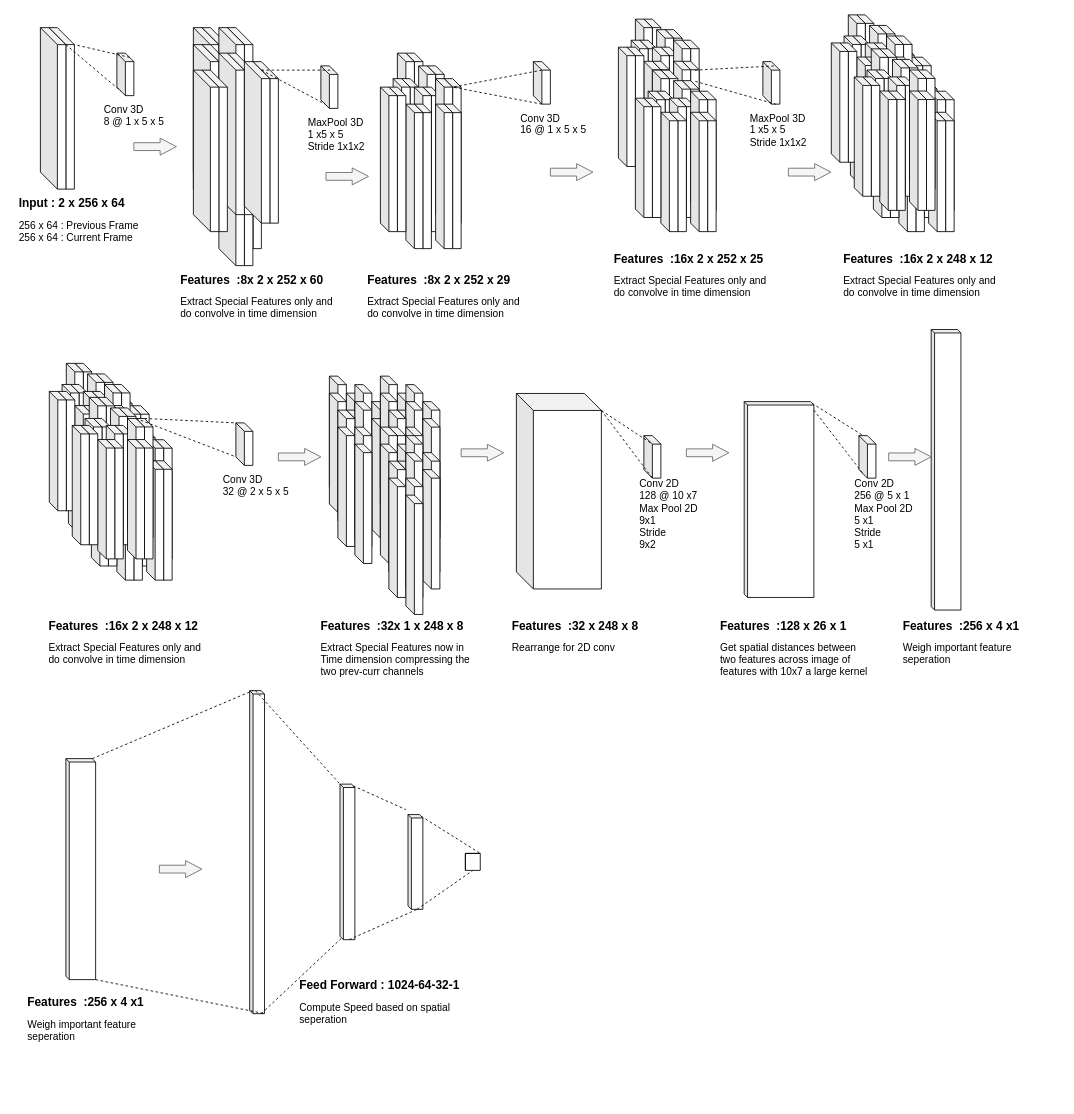
Before: SpeedNet.drawio in the-ray-kar/SpeedNet, a draw.io diagram. Source tidied: cells renumbered, new cells numbered last; positions are measured from the earlier drawing's top-left corner, leaving out a move shared by most shapes. Both pictures are drawn from the tidied source at 85%, with x=0, y=0 at pixel (14, 14).
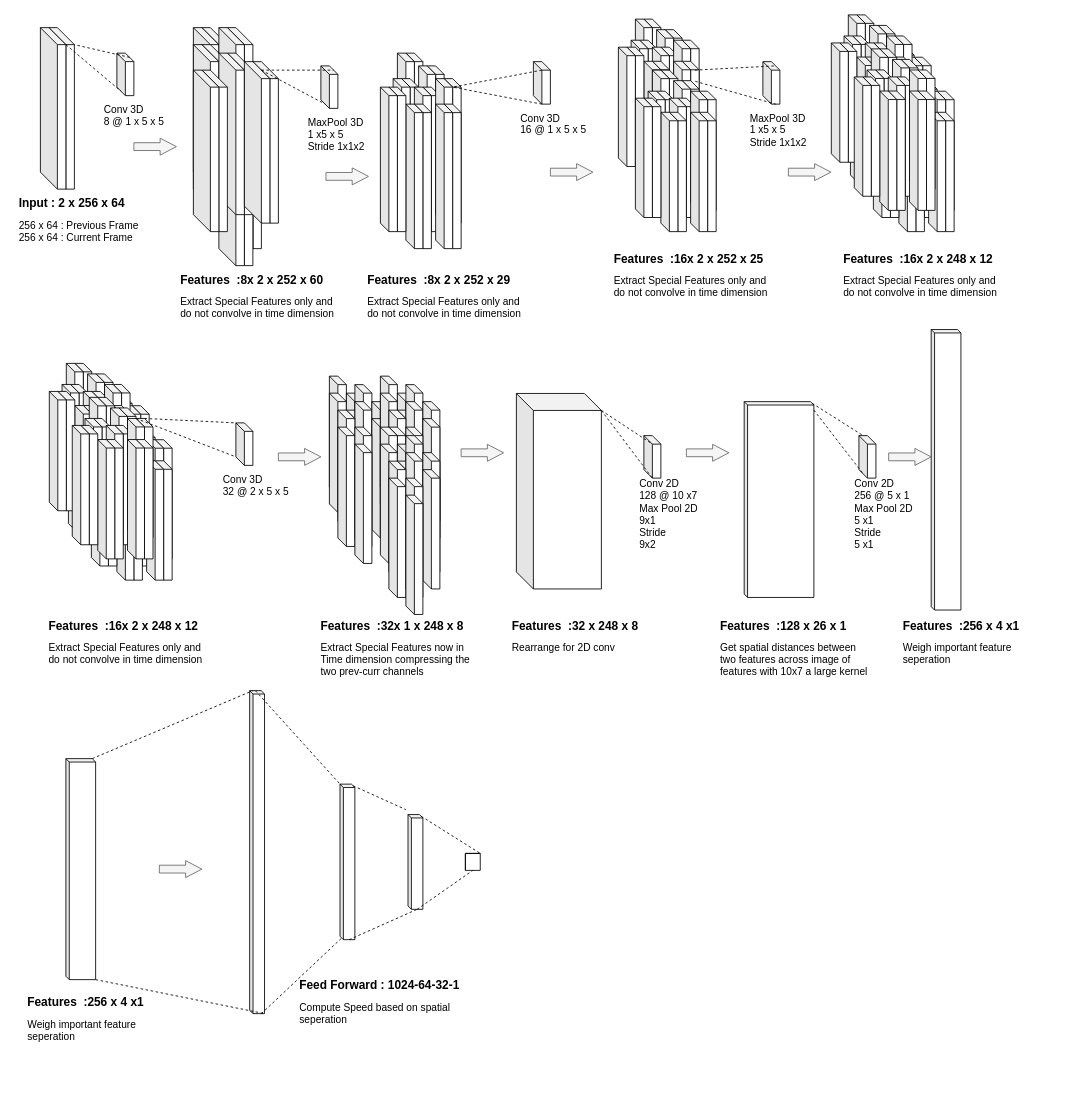
The same page after the edit.

The edit, as a diff of the source:
```diff
@@
-    <mxCell id="13" value="&lt;h1 style=&quot;font-size: 14px;&quot;&gt;&lt;font style=&quot;font-size: 14px;&quot;&gt;Features&amp;nbsp; :8x 2 x 252 x 60&lt;br&gt;&lt;/font&gt;&lt;/h1&gt;Extract Special Features only and do convolve in time dimension" style="text;html=1;strokeColor=none;fillColor=none;spacing=5;spacingTop=-20;whiteSpace=wrap;overflow=hidden;rounded=0;" parent="1" vertex="1">
+    <mxCell id="13" value="&lt;h1 style=&quot;font-size: 14px;&quot;&gt;&lt;font style=&quot;font-size: 14px;&quot;&gt;Features&amp;nbsp; :8x 2 x 252 x 60&lt;br&gt;&lt;/font&gt;&lt;/h1&gt;Extract Special Features only and do not convolve in time dimension" style="text;html=1;strokeColor=none;fillColor=none;spacing=5;spacingTop=-20;whiteSpace=wrap;overflow=hidden;rounded=0;" parent="1" vertex="1">
       <mxGeometry x="190" y="305" width="190" height="120" as="geometry" />
     </mxCell>
@@
-    <mxCell id="35" value="&lt;h1 style=&quot;font-size: 14px;&quot;&gt;&lt;font style=&quot;font-size: 14px;&quot;&gt;Features&amp;nbsp; :8x 2 x 252 x 29&lt;br&gt;&lt;/font&gt;&lt;/h1&gt;Extract Special Features only and do convolve in time dimension" style="text;html=1;strokeColor=none;fillColor=none;spacing=5;spacingTop=-20;whiteSpace=wrap;overflow=hidden;rounded=0;" parent="1" vertex="1">
+    <mxCell id="35" value="&lt;h1 style=&quot;font-size: 14px;&quot;&gt;&lt;font style=&quot;font-size: 14px;&quot;&gt;Features&amp;nbsp; :8x 2 x 252 x 29&lt;br&gt;&lt;/font&gt;&lt;/h1&gt;Extract Special Features only and do not convolve in time dimension" style="text;html=1;strokeColor=none;fillColor=none;spacing=5;spacingTop=-20;whiteSpace=wrap;overflow=hidden;rounded=0;" parent="1" vertex="1">
       <mxGeometry x="410" y="305" width="190" height="120" as="geometry" />
     </mxCell>
@@
-    <mxCell id="89" value="&lt;h1 style=&quot;font-size: 14px;&quot;&gt;&lt;font style=&quot;font-size: 14px;&quot;&gt;Features&amp;nbsp; :16x 2 x 248 x 12&lt;br&gt;&lt;/font&gt;&lt;/h1&gt;Extract Special Features only and do convolve in time dimension" style="text;html=1;strokeColor=none;fillColor=none;spacing=5;spacingTop=-20;whiteSpace=wrap;overflow=hidden;rounded=0;" parent="1" vertex="1">
+    <mxCell id="89" value="&lt;h1 style=&quot;font-size: 14px;&quot;&gt;&lt;font style=&quot;font-size: 14px;&quot;&gt;Features&amp;nbsp; :16x 2 x 248 x 12&lt;br&gt;&lt;/font&gt;&lt;/h1&gt;Extract Special Features only and do not convolve in time dimension" style="text;html=1;strokeColor=none;fillColor=none;spacing=5;spacingTop=-20;whiteSpace=wrap;overflow=hidden;rounded=0;" parent="1" vertex="1">
       <mxGeometry x="970" y="280" width="190" height="120" as="geometry" />
     </mxCell>
-    <mxCell id="90" value="&lt;h1 style=&quot;font-size: 14px;&quot;&gt;&lt;font style=&quot;font-size: 14px;&quot;&gt;Features&amp;nbsp; :16x 2 x 252 x 25&lt;br&gt;&lt;/font&gt;&lt;/h1&gt;Extract Special Features only and do convolve in time dimension" style="text;html=1;strokeColor=none;fillColor=none;spacing=5;spacingTop=-20;whiteSpace=wrap;overflow=hidden;rounded=0;" parent="1" vertex="1">
+    <mxCell id="90" value="&lt;h1 style=&quot;font-size: 14px;&quot;&gt;&lt;font style=&quot;font-size: 14px;&quot;&gt;Features&amp;nbsp; :16x 2 x 252 x 25&lt;br&gt;&lt;/font&gt;&lt;/h1&gt;Extract Special Features only and do not convolve in time dimension" style="text;html=1;strokeColor=none;fillColor=none;spacing=5;spacingTop=-20;whiteSpace=wrap;overflow=hidden;rounded=0;" parent="1" vertex="1">
       <mxGeometry x="700" y="280" width="190" height="120" as="geometry" />
     </mxCell>
@@
-    <mxCell id="195" value="&lt;h1 style=&quot;font-size: 14px;&quot;&gt;&lt;font style=&quot;font-size: 14px;&quot;&gt;Features&amp;nbsp; :16x 2 x 248 x 12&lt;br&gt;&lt;/font&gt;&lt;/h1&gt;Extract Special Features only and do convolve in time dimension" style="text;html=1;strokeColor=none;fillColor=none;spacing=5;spacingTop=-20;whiteSpace=wrap;overflow=hidden;rounded=0;" parent="1" vertex="1">
+    <mxCell id="195" value="&lt;h1 style=&quot;font-size: 14px;&quot;&gt;&lt;font style=&quot;font-size: 14px;&quot;&gt;Features&amp;nbsp; :16x 2 x 248 x 12&lt;br&gt;&lt;/font&gt;&lt;/h1&gt;Extract Special Features only and do not convolve in time dimension" style="text;html=1;strokeColor=none;fillColor=none;spacing=5;spacingTop=-20;whiteSpace=wrap;overflow=hidden;rounded=0;" parent="1" vertex="1">
       <mxGeometry x="35" y="712" width="190" height="120" as="geometry" />
     </mxCell>
```
